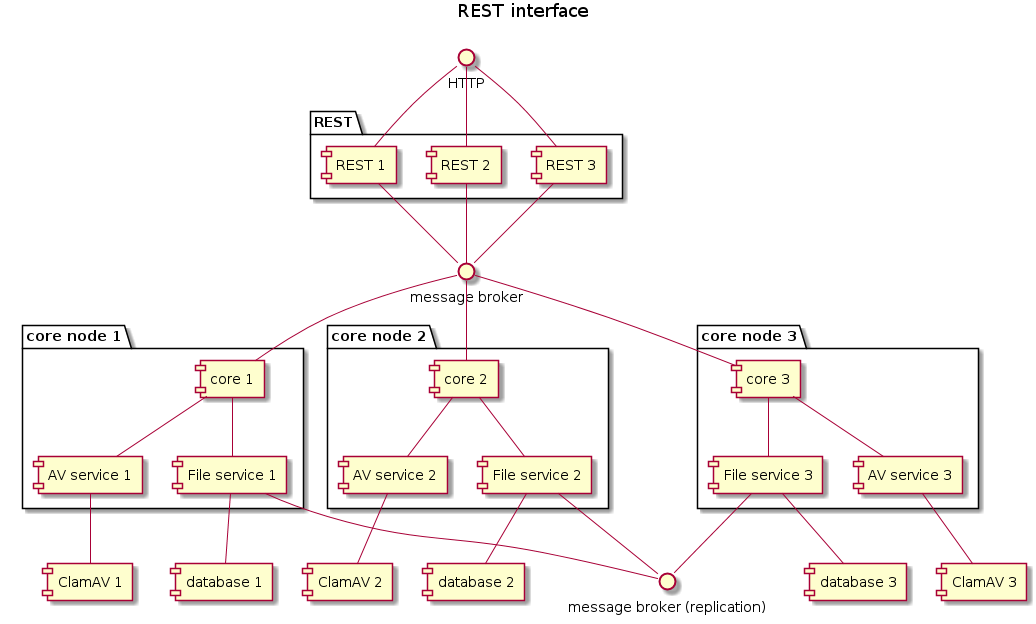
The PlantUML diagram docs/restcomponent.png in dvoraka/av-service, before a commit.
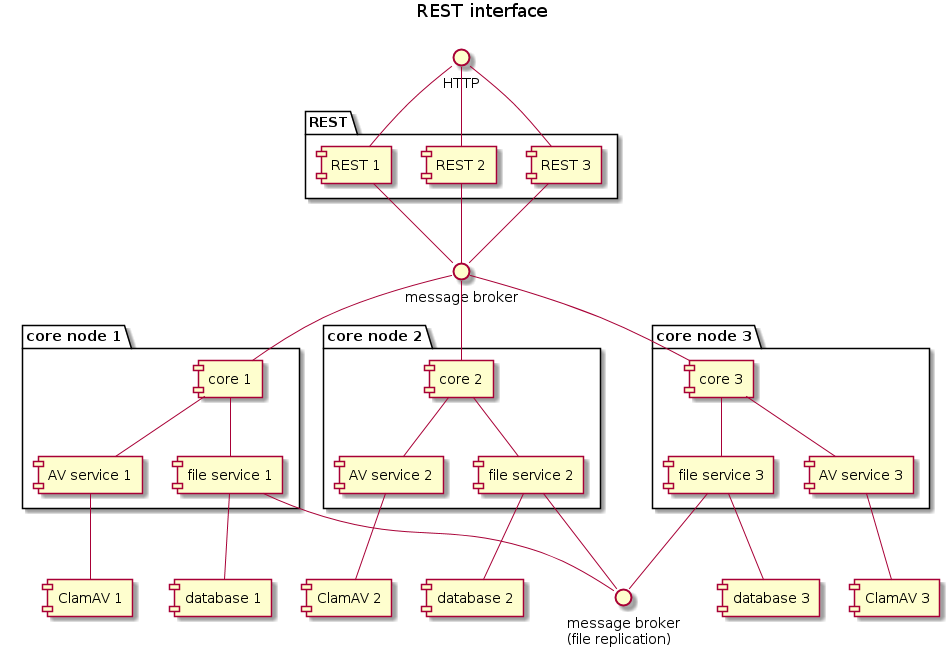
The same diagram one commit later.

Commit message:
#314 Update REST component diagram and image

The edit, as a diff of the source:
```diff
@@ -4,7 +4,7 @@
 
 interface "HTTP" as http
 interface "message broker" as broker
-interface "message broker (replication)" as broker2
+interface "message broker\n(file replication)" as broker2
 
 
 package "REST" {
@@ -16,19 +16,19 @@
 package "core node 1" {
     [core 1]
     [AV service 1]
-    [File service 1]
+    [file service 1]
 }
 
 package "core node 2" {
     [core 2]
     [AV service 2]
-    [File service 2]
+    [file service 2]
 }
 
 package "core node 3" {
     [core 3]
     [AV service 3]
-    [File service 3]
+    [file service 3]
 }
 
 http -- [REST 1]
@@ -47,20 +47,20 @@
 [core 2] -- [AV service 2]
 [core 3] -- [AV service 3]
 
-[core 1] -- [File service 1]
-[core 2] -- [File service 2]
-[core 3] -- [File service 3]
+[core 1] -- [file service 1]
+[core 2] -- [file service 2]
+[core 3] -- [file service 3]
 
 [AV service 1] -- [ClamAV 1]
 [AV service 2] -- [ClamAV 2]
 [AV service 3] -- [ClamAV 3]
 
-[File service 1] -- [database 1]
-[File service 2] -- [database 2]
-[File service 3] -- [database 3]
+[file service 1] -- [database 1]
+[file service 2] -- [database 2]
+[file service 3] -- [database 3]
 
-[File service 1] -- broker2
-[File service 2] -- broker2
-[File service 3] -- broker2
+[file service 1] -- broker2
+[file service 2] -- broker2
+[file service 3] -- broker2
 
 @enduml
```
